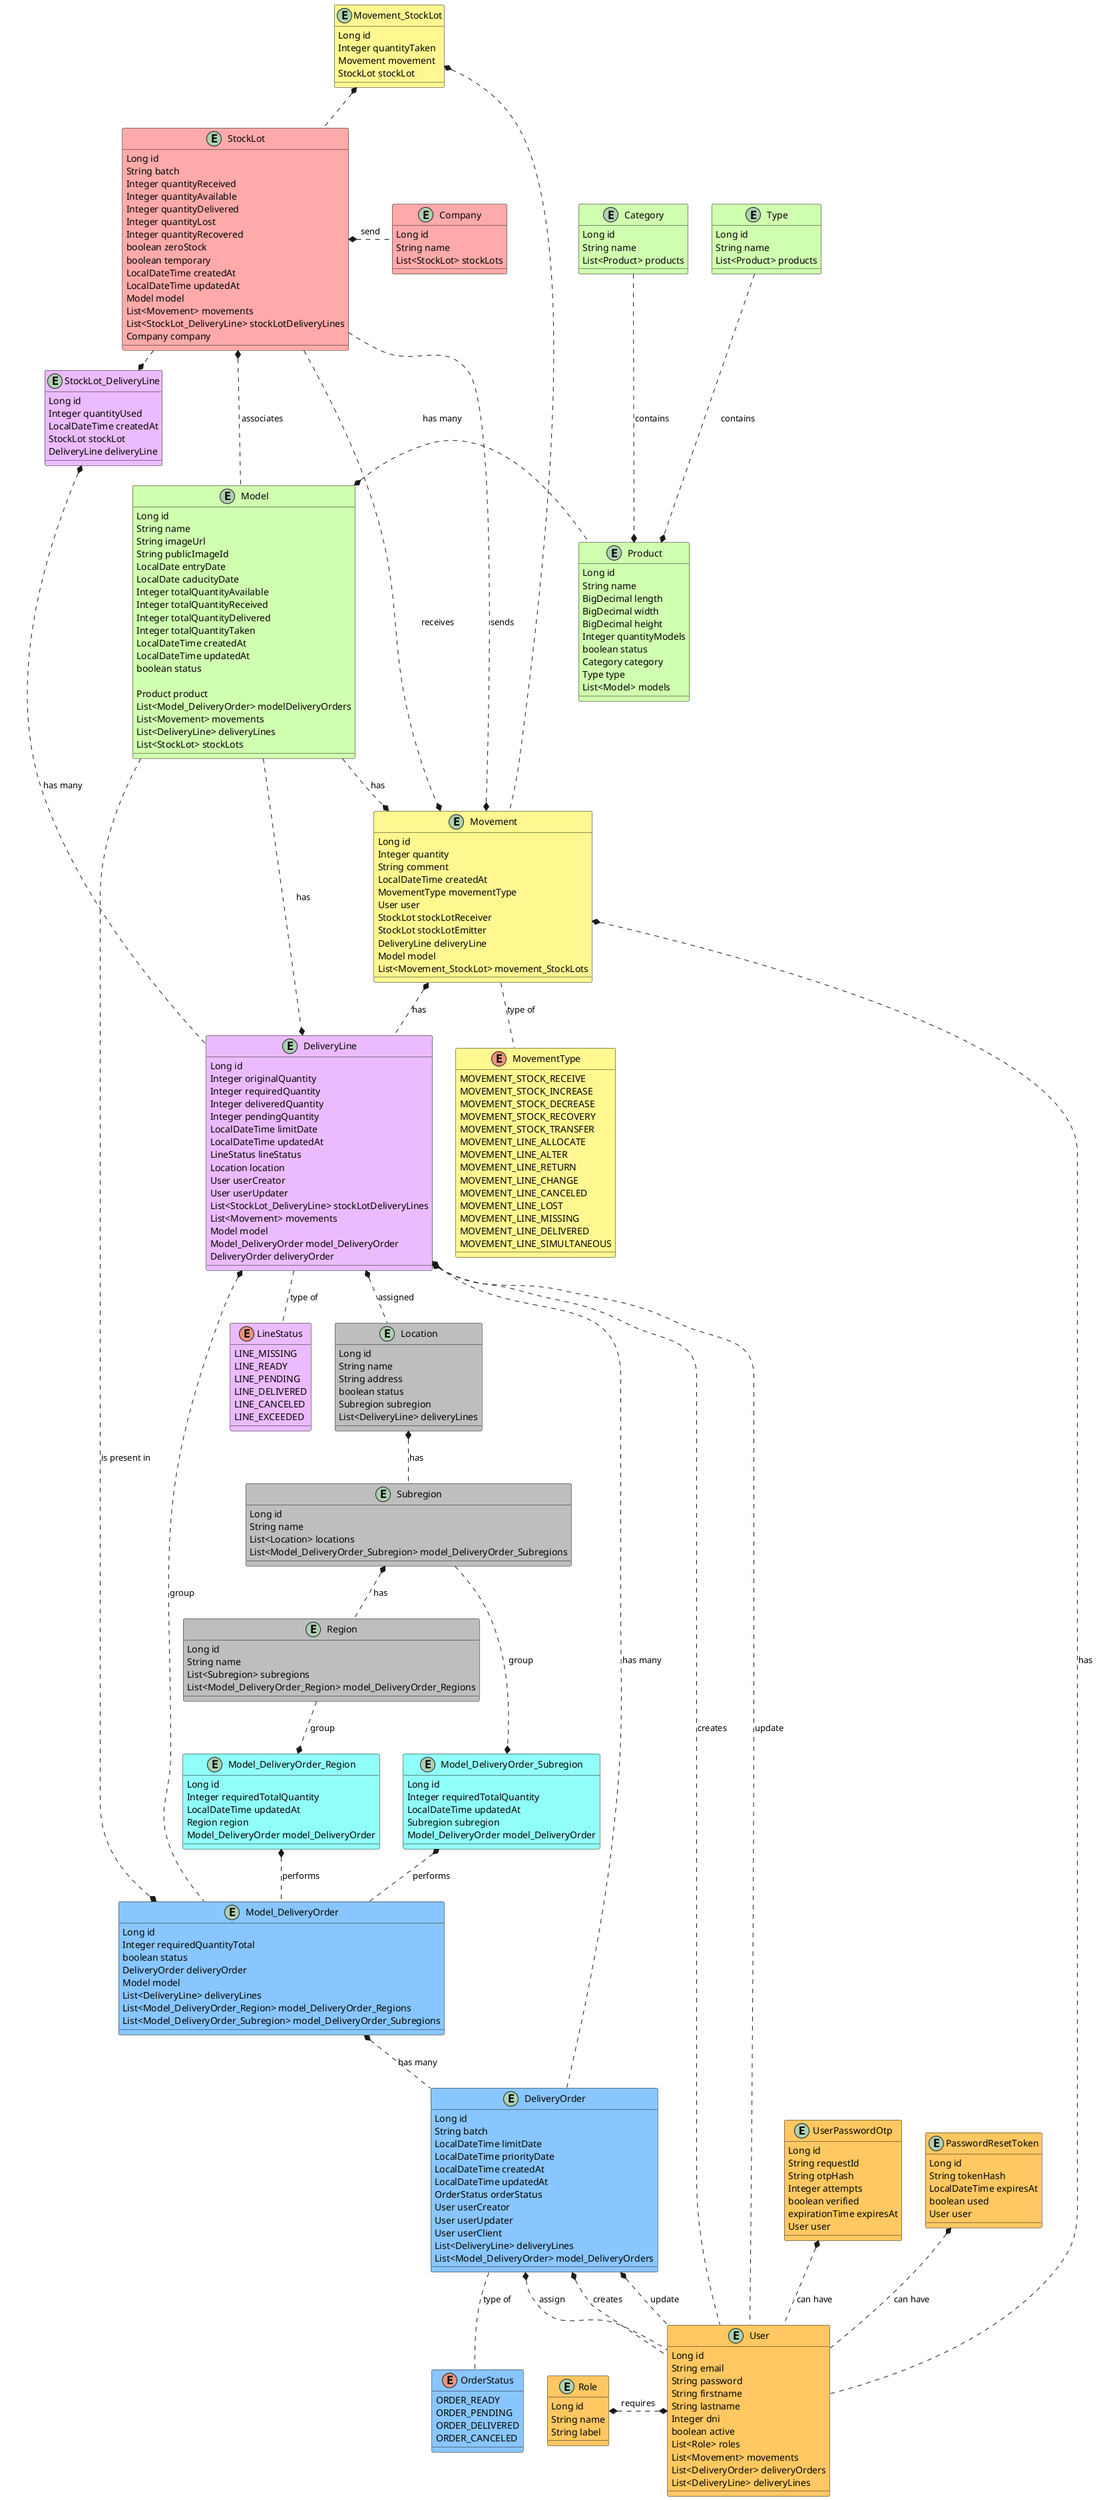
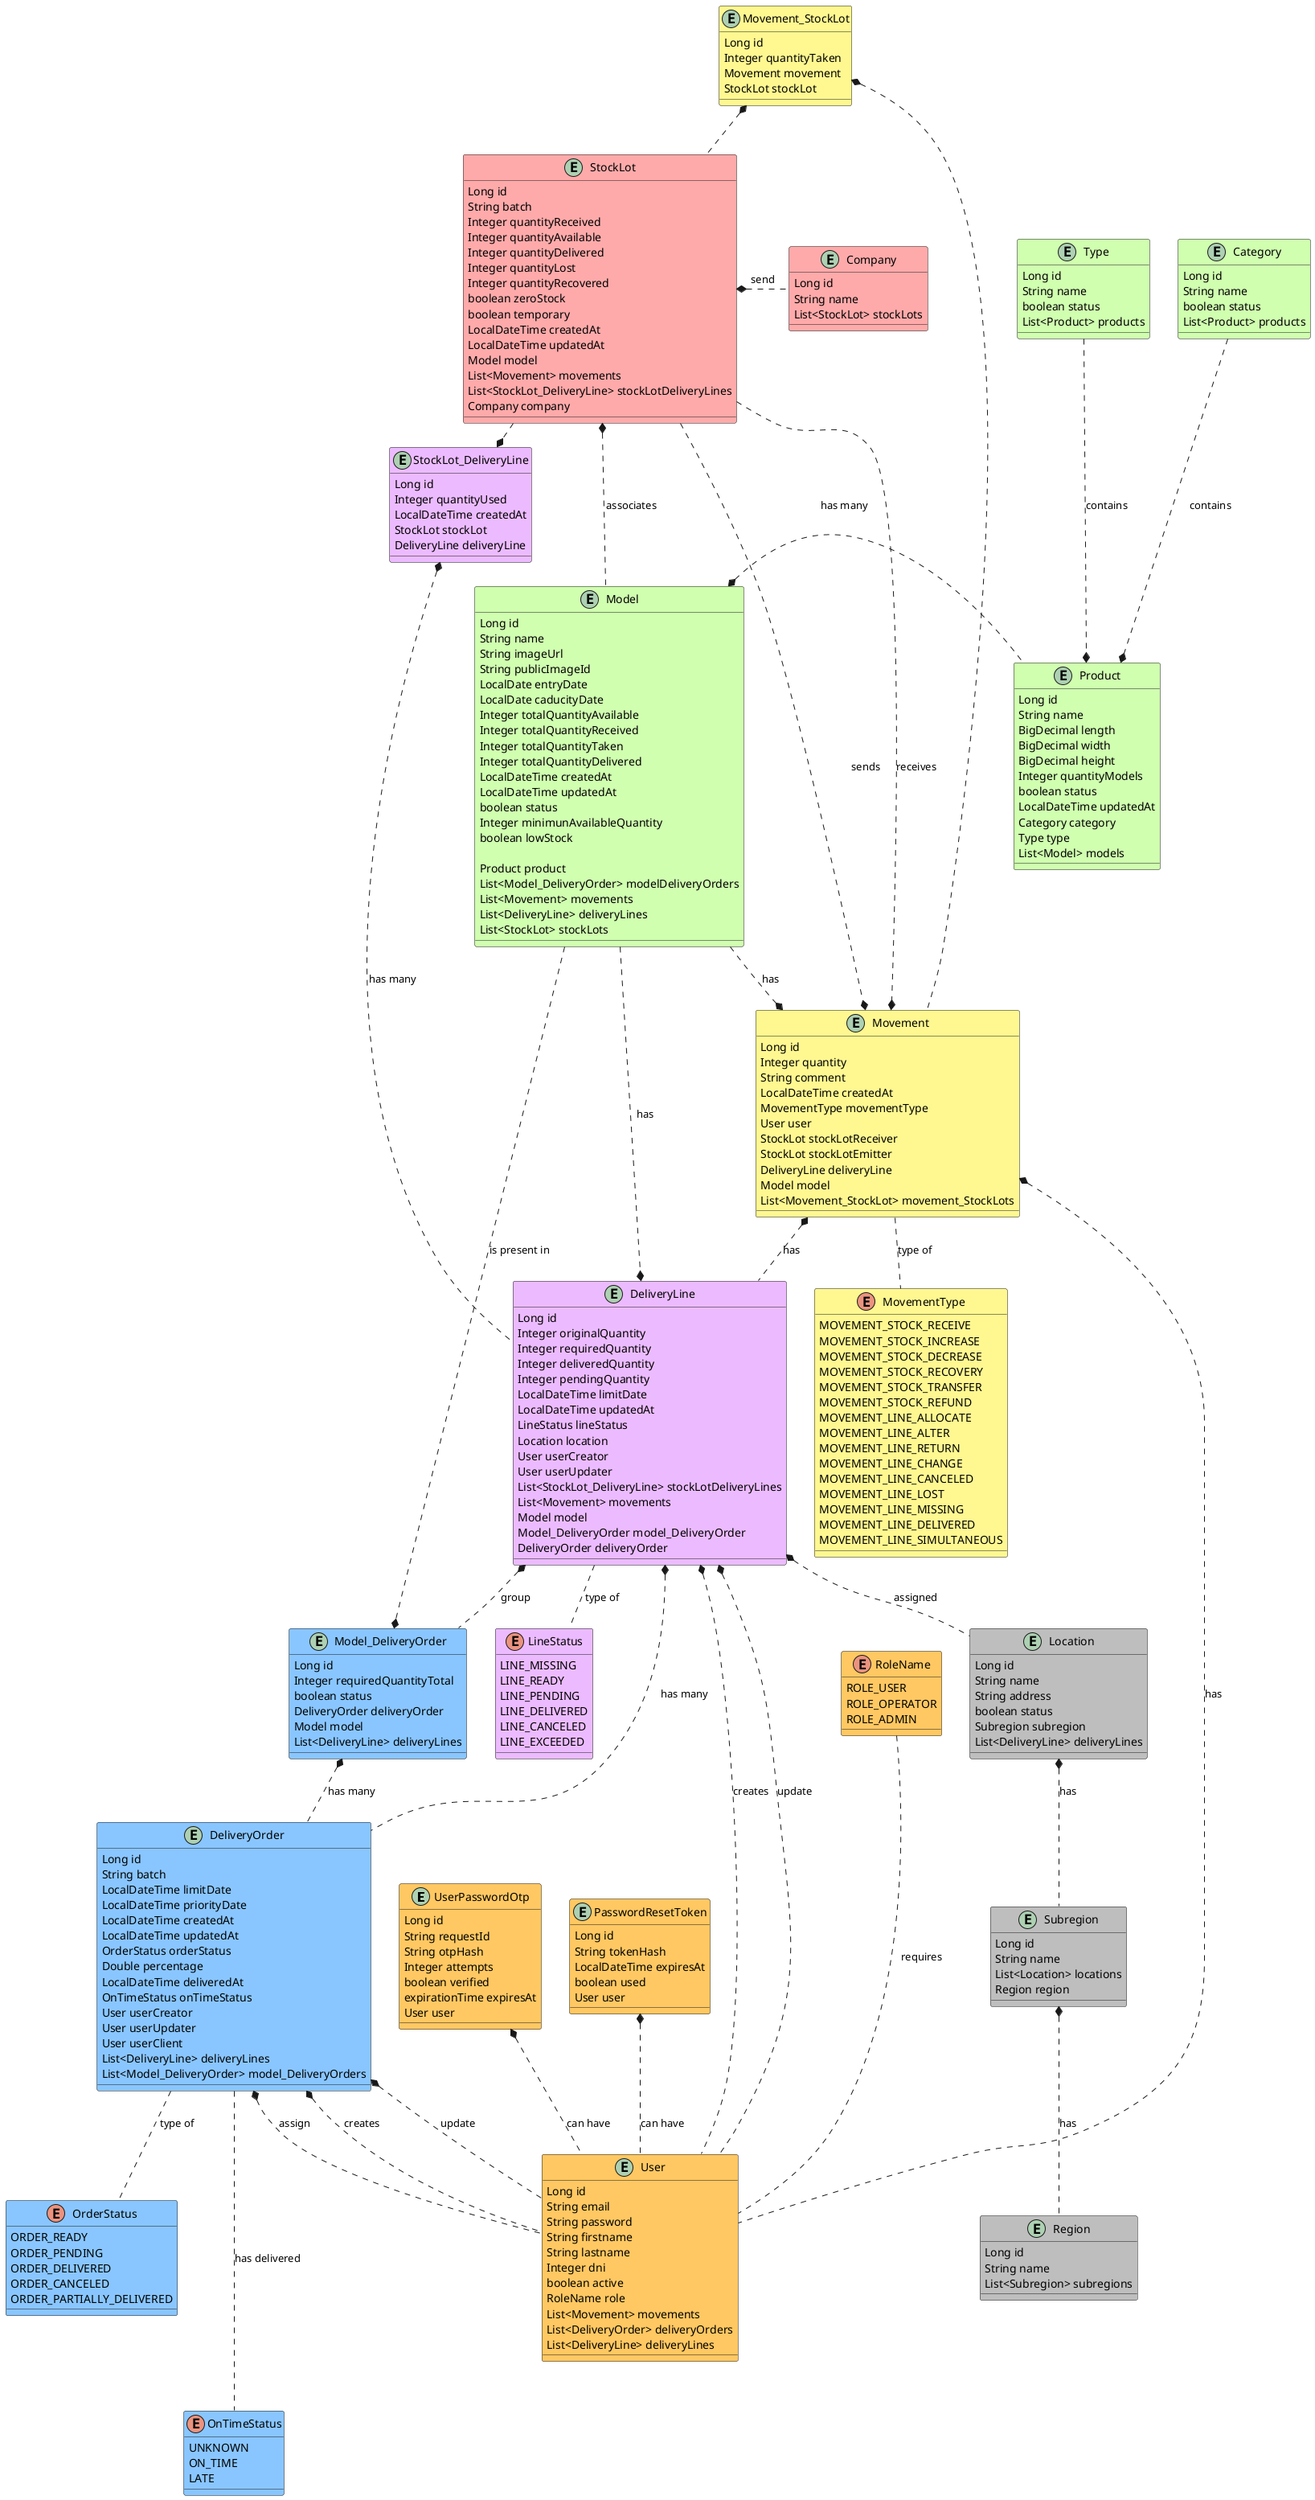
@startuml diagrama
entity UserPasswordOtp #ffc862 {
    Long id
    String requestId
    String otpHash
    Integer attempts
    boolean verified
    expirationTime expiresAt
    User user
}

entity PasswordResetToken #ffc862 {
    Long id
    String tokenHash
    LocalDateTime expiresAt
    boolean used
    User user
}

entity User #ffc862 {
    Long id
    String email
    String password
    String firstname
    String lastname
    Integer dni
    boolean active
-     List<Role> roles
+     RoleName role
    List<Movement> movements
    List<DeliveryOrder> deliveryOrders
    List<DeliveryLine> deliveryLines
}

- entity Role #ffc862 {
-     Long id
-     String name
-     String label
+ enum RoleName #ffc862 {
+     ROLE_USER
+     ROLE_OPERATOR
+     ROLE_ADMIN
}

entity Company #ffaaaa {
    Long id
    String name
    List<StockLot> stockLots
}

entity StockLot #ffaaaa {
    Long id
    String batch
    Integer quantityReceived
    Integer quantityAvailable
    Integer quantityDelivered
    Integer quantityLost
    Integer quantityRecovered
    boolean zeroStock
    boolean temporary
    LocalDateTime createdAt
    LocalDateTime updatedAt
    Model model
    List<Movement> movements
    List<StockLot_DeliveryLine> stockLotDeliveryLines
    Company company
}

entity Model #d0ffb0{
    Long id
    String name
    String imageUrl
    String publicImageId
    LocalDate entryDate
    LocalDate caducityDate
    Integer totalQuantityAvailable
    Integer totalQuantityReceived
+     Integer totalQuantityTaken
    Integer totalQuantityDelivered
-     Integer totalQuantityTaken
-     LocalDateTime createdAt
-     LocalDateTime updatedAt
-     boolean status
+     LocalDateTime createdAt
+     LocalDateTime updatedAt
+     boolean status
+     Integer minimunAvailableQuantity
+     boolean lowStock

    Product product
    List<Model_DeliveryOrder> modelDeliveryOrders
    List<Movement> movements
    List<DeliveryLine> deliveryLines
    List<StockLot> stockLots
}

entity Product #d0ffb0 {
    Long id
    String name
    BigDecimal length
    BigDecimal width
    BigDecimal height
    Integer quantityModels
    boolean status
+     LocalDateTime updatedAt
    Category category
    Type type
    List<Model> models
}

entity Type #d0ffb0 {
    Long id
    String name
+     boolean status
    List<Product> products
}

entity Category #d0ffb0 {
    Long id
    String name
+     boolean status
    List<Product> products
}

entity Movement #fff891{
    Long id
    Integer quantity
    String comment
    LocalDateTime createdAt
    MovementType movementType
    User user
    StockLot stockLotReceiver
    StockLot stockLotEmitter
    DeliveryLine deliveryLine
    Model model
    List<Movement_StockLot> movement_StockLots
}

entity Movement_StockLot #fff891 {
    Long id
    Integer quantityTaken
    Movement movement
    StockLot stockLot
}

enum MovementType #fff891 {
    MOVEMENT_STOCK_RECEIVE
    MOVEMENT_STOCK_INCREASE
    MOVEMENT_STOCK_DECREASE
    MOVEMENT_STOCK_RECOVERY
    MOVEMENT_STOCK_TRANSFER
+     MOVEMENT_STOCK_REFUND
    MOVEMENT_LINE_ALLOCATE
    MOVEMENT_LINE_ALTER
    MOVEMENT_LINE_RETURN
    MOVEMENT_LINE_CHANGE
    MOVEMENT_LINE_CANCELED
    MOVEMENT_LINE_LOST
    MOVEMENT_LINE_MISSING
    MOVEMENT_LINE_DELIVERED
    MOVEMENT_LINE_SIMULTANEOUS
}

entity DeliveryLine #ecbbff {
    Long id
    Integer originalQuantity
    Integer requiredQuantity
    Integer deliveredQuantity
    Integer pendingQuantity
    LocalDateTime limitDate
    LocalDateTime updatedAt
    LineStatus lineStatus
    Location location
    User userCreator
    User userUpdater
    List<StockLot_DeliveryLine> stockLotDeliveryLines
    List<Movement> movements
    Model model
    Model_DeliveryOrder model_DeliveryOrder
    DeliveryOrder deliveryOrder
}

entity StockLot_DeliveryLine #ecbbff{
    Long id
    Integer quantityUsed
    LocalDateTime createdAt
    StockLot stockLot
    DeliveryLine deliveryLine
}
enum LineStatus #ecbbff {
    LINE_MISSING
    LINE_READY
    LINE_PENDING
    LINE_DELIVERED
    LINE_CANCELED
    LINE_EXCEEDED
}

entity Location #bebebe{
    Long id
    String name
    String address
    boolean status
    Subregion subregion
    List<DeliveryLine> deliveryLines
}

entity Subregion #bebebe{
    Long id
    String name
    List<Location> locations
-     List<Model_DeliveryOrder_Subregion> model_DeliveryOrder_Subregions
+     Region region
}

entity Region #bebebe{
    Long id
    String name
    List<Subregion> subregions
-     List<Model_DeliveryOrder_Region> model_DeliveryOrder_Regions
}

entity Model_DeliveryOrder #89c6ff{
    Long id
    Integer requiredQuantityTotal
    boolean status
    DeliveryOrder deliveryOrder
    Model model
    List<DeliveryLine> deliveryLines
-     List<Model_DeliveryOrder_Region> model_DeliveryOrder_Regions
-     List<Model_DeliveryOrder_Subregion> model_DeliveryOrder_Subregions
}

entity DeliveryOrder #89c6ff{
    Long id
    String batch
    LocalDateTime limitDate
    LocalDateTime priorityDate
    LocalDateTime createdAt
    LocalDateTime updatedAt
    OrderStatus orderStatus
+     Double percentage
+     LocalDateTime deliveredAt
+     OnTimeStatus onTimeStatus
    User userCreator
    User userUpdater
    User userClient
    List<DeliveryLine> deliveryLines
    List<Model_DeliveryOrder> model_DeliveryOrders
}

enum OrderStatus #89c6ff {
    ORDER_READY
    ORDER_PENDING
    ORDER_DELIVERED
    ORDER_CANCELED
- }
- 
- entity Model_DeliveryOrder_Region #91fff9{
-     Long id
-     Integer requiredTotalQuantity
-     LocalDateTime updatedAt
-     Region region
-     Model_DeliveryOrder model_DeliveryOrder
- }
- 
- entity Model_DeliveryOrder_Subregion #91fff9{
-   Long id
-   Integer requiredTotalQuantity
-   LocalDateTime updatedAt
-   Subregion subregion
-   Model_DeliveryOrder model_DeliveryOrder
- }
- 
- Role *.* User : requires
+     ORDER_PARTIALLY_DELIVERED
+ }
+ 
+ enum OnTimeStatus #89c6ff {
+     UNKNOWN
+     ON_TIME
+     LATE
+ }
+ 
+ RoleName ... User : requires
UserPasswordOtp *.. User : can have
PasswordResetToken *.. User : can have
Movement *... User : has
DeliveryOrder *.. User : assign
DeliveryOrder *.. User : creates
DeliveryOrder *.. User : update
+ DeliveryOrder ... OnTimeStatus : has delivered
+ 
DeliveryLine *... User : creates
DeliveryLine *... User : update

StockLot *.. Model : associates
StockLot .* Movement : receives
StockLot .* Movement : sends
StockLot .* StockLot_DeliveryLine : is present in
StockLot *. Company : send

Movement_StockLot *.. StockLot
Movement_StockLot *.. Movement

Category ..* Product : contains
Type ..* Product : contains
Model *. Product : has many

Model ..* Model_DeliveryOrder : is present in
Model ..* Movement : has
Model ..* DeliveryLine : has

StockLot_DeliveryLine *.. DeliveryLine: has many

Movement .. MovementType : type of
Movement *.. DeliveryLine : has

DeliveryLine *.. Model_DeliveryOrder : group
DeliveryLine *.. DeliveryOrder : has many
DeliveryLine .. LineStatus : type of
DeliveryLine *.. Location : assigned

Location *.. Subregion : has
Subregion *.. Region : has

- Region ..* Model_DeliveryOrder_Region : group
- Model_DeliveryOrder_Region *.. Model_DeliveryOrder : performs
- 
- Subregion ...* Model_DeliveryOrder_Subregion : group
- 
- Model_DeliveryOrder_Subregion *.. Model_DeliveryOrder : performs

Model_DeliveryOrder *.. DeliveryOrder : has many
DeliveryOrder .. OrderStatus : type of

@enduml
